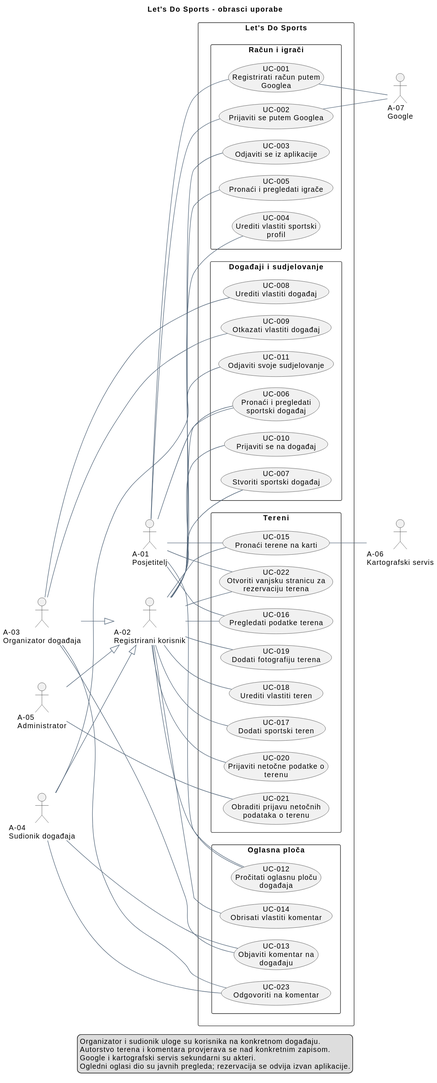
MKos-FER/progi_projekt keeps this PlantUML diagram as docs/assets/diagrams/3-1-lets-do-sports-UC.svg. Above is the earlier version.
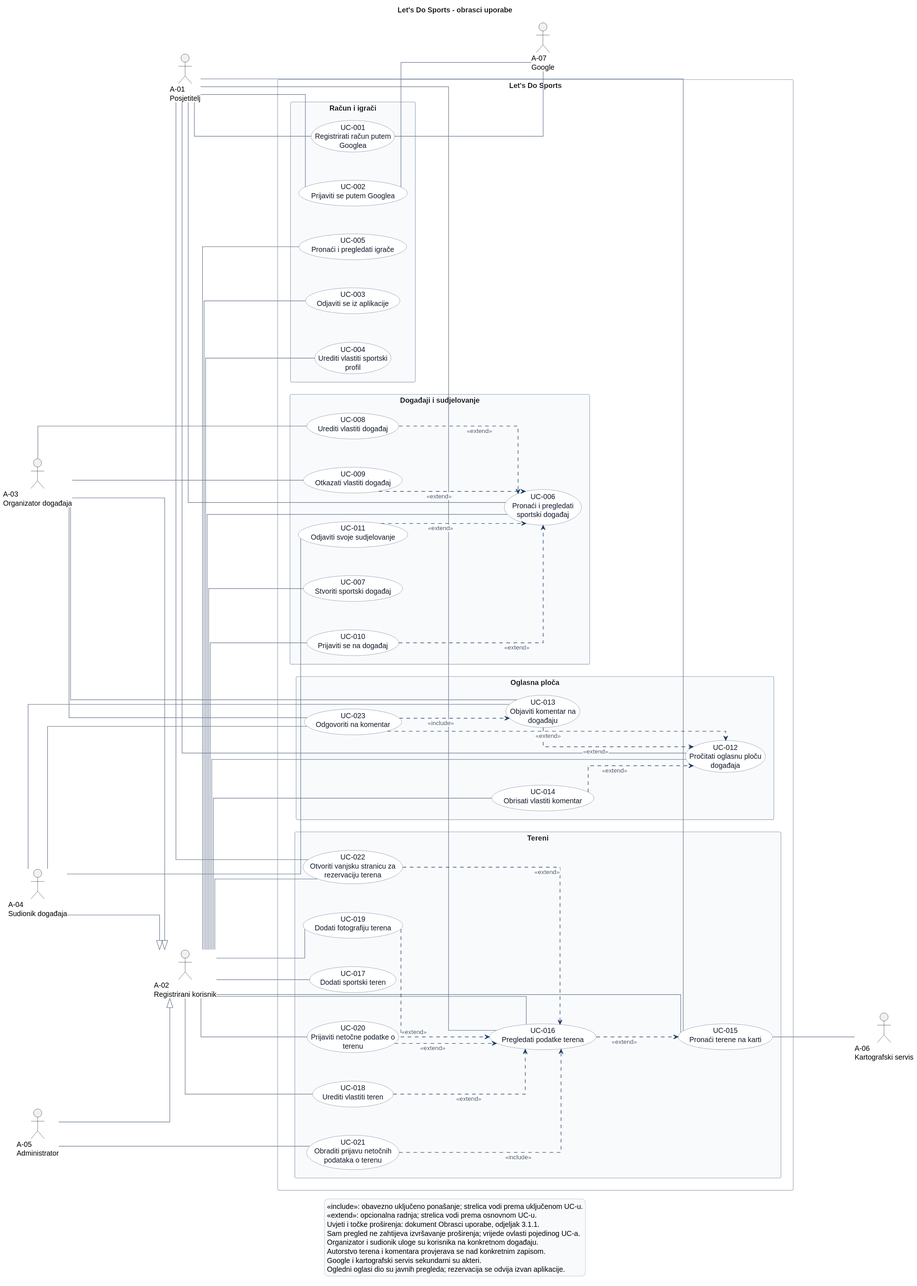
Later version of the same file.

Commit message:
Docs/uc include extend 80 (#83)

The edit, as a diff of the source:
```diff
@@ -1,11 +1,34 @@
 @startuml
-title Let's Do Sports - obrasci uporabe
+title <back:white>Let's Do Sports - obrasci uporabe</back>
 left to right direction
 skinparam shadowing false
 skinparam packageStyle rectangle
-skinparam nodesep 22
-skinparam ranksep 65
-skinparam ArrowColor #526579
+skinparam linetype ortho
+skinparam nodesep 55
+skinparam ranksep 160
+skinparam defaultFontName SansSerif
+skinparam defaultFontSize 14
+skinparam ArrowColor #64748B
+skinparam ArrowFontSize 12
+skinparam ArrowFontColor #1E3A5F
+skinparam usecase {
+  BackgroundColor #FFFFFF
+  BorderColor #64748B
+  FontColor #0F172A
+}
+skinparam package {
+  BorderColor #CBD5E1
+  FontColor #0F172A
+  FontStyle bold
+}
+skinparam rectangle {
+  BackgroundColor #FFFFFF
+  BorderColor #94A3B8
+}
+skinparam legend {
+  BackgroundColor #F8FAFC
+  BorderColor #CBD5E1
+}
 
 actor "A-01\nPosjetitelj" as A01
 actor "A-02\nRegistrirani korisnik" as A02
@@ -15,15 +38,15 @@
 actor "A-07\nGoogle" as A07
 actor "A-06\nKartografski servis" as A06
 
-rectangle "Let's Do Sports" {
-  package "Račun i igrači" {
+rectangle "<back:white>Let's Do Sports</back>" {
+  package "<back:#F8FAFC>Račun i igrači</back>" #F8FAFC {
     usecase "UC-001\nRegistrirati račun putem\nGooglea" as UC001
     usecase "UC-002\nPrijaviti se putem Googlea" as UC002
     usecase "UC-003\nOdjaviti se iz aplikacije" as UC003
     usecase "UC-004\nUrediti vlastiti sportski\nprofil" as UC004
     usecase "UC-005\nPronaći i pregledati igrače" as UC005
   }
-  package "Događaji i sudjelovanje" {
+  package "<back:#F8FAFC>Događaji i sudjelovanje</back>" #F8FAFC {
     usecase "UC-006\nPronaći i pregledati\nsportski događaj" as UC006
     usecase "UC-007\nStvoriti sportski događaj" as UC007
     usecase "UC-008\nUrediti vlastiti događaj" as UC008
@@ -31,13 +54,13 @@
     usecase "UC-010\nPrijaviti se na događaj" as UC010
     usecase "UC-011\nOdjaviti svoje sudjelovanje" as UC011
   }
-  package "Oglasna ploča" {
+  package "<back:#F8FAFC>Oglasna ploča</back>" #F8FAFC {
     usecase "UC-012\nPročitati oglasnu ploču\ndogađaja" as UC012
     usecase "UC-013\nObjaviti komentar na\ndogađaju" as UC013
     usecase "UC-014\nObrisati vlastiti komentar" as UC014
     usecase "UC-023\nOdgovoriti na komentar" as UC023
   }
-  package "Tereni" {
+  package "<back:#F8FAFC>Tereni</back>" #F8FAFC {
     usecase "UC-015\nPronaći terene na karti" as UC015
     usecase "UC-016\nPregledati podatke terena" as UC016
     usecase "UC-017\nDodati sportski teren" as UC017
@@ -88,7 +111,29 @@
 UC002 -- A07
 UC015 -- A06
 
+UC008 .[#1E3A5F].> UC006 : <back:white><<extend>></back>
+UC009 .[#1E3A5F].> UC006 : <back:white><<extend>></back>
+UC010 .[#1E3A5F].> UC006 : <back:white><<extend>></back>
+UC011 .[#1E3A5F].> UC006 : <back:white><<extend>></back>
+
+UC013 .[#1E3A5F].> UC012 : <back:white><<extend>></back>
+UC014 .[#1E3A5F].> UC012 : <back:white><<extend>></back>
+UC023 .[#1E3A5F].> UC012 : <back:white><<extend>></back>
+
+UC016 .[#1E3A5F].> UC015 : <back:white><<extend>></back>
+UC018 .[#1E3A5F].> UC016 : <back:white><<extend>></back>
+UC019 .[#1E3A5F].> UC016 : <back:white><<extend>></back>
+UC020 .[#1E3A5F].> UC016 : <back:white><<extend>></back>
+UC022 .[#1E3A5F].> UC016 : <back:white><<extend>></back>
+
+UC023 .[#1E3A5F].> UC013 : <back:white><<include>></back>
+UC021 .[#1E3A5F].> UC016 : <back:white><<include>></back>
+
 legend bottom
+  <<include>>: obavezno uključeno ponašanje; strelica vodi prema uključenom UC-u.
+  <<extend>>: opcionalna radnja; strelica vodi prema osnovnom UC-u.
+  Uvjeti i točke proširenja: dokument Obrasci uporabe, odjeljak 3.1.1.
+  Sam pregled ne zahtijeva izvršavanje proširenja; vrijede ovlasti pojedinog UC-a.
   Organizator i sudionik uloge su korisnika na konkretnom događaju.
   Autorstvo terena i komentara provjerava se nad konkretnim zapisom.
   Google i kartografski servis sekundarni su akteri.
```
